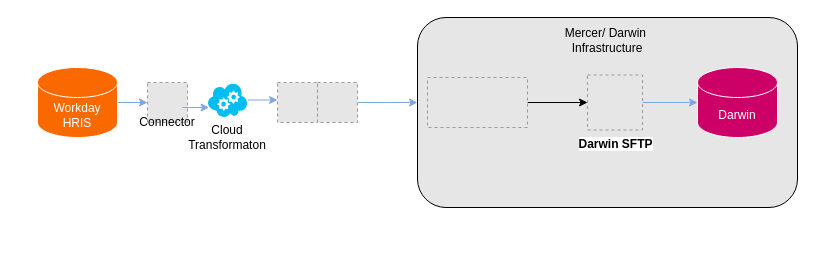
Above: Hiscox Darwin Integration.drawio in sandyaroma/sandyaroma (draw.io), before the change. Source tidied: cells renumbered, new cells numbered last; positions are measured from the earlier drawing's top-left corner, leaving out a move shared by most shapes. Both pictures are drawn from the tidied source at 100%, with x=0, y=0 at pixel (37, 17). Pictures stored in the file or linked from it are replaced by grey dashed boxes.
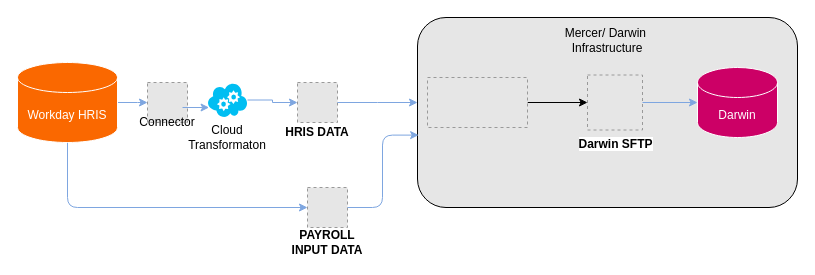
The same diagram, later.

The change refers to these unchanged cells:
```xml
<mxCell id="2" value="Mercer/ Darwin&amp;nbsp;&lt;div&gt;Infrastructure&lt;/div&gt;&lt;div&gt;&lt;br&gt;&lt;/div&gt;&lt;div&gt;&lt;br&gt;&lt;/div&gt;&lt;div&gt;&lt;br&gt;&lt;/div&gt;&lt;div&gt;&lt;br&gt;&lt;/div&gt;&lt;div&gt;&lt;br&gt;&lt;/div&gt;&lt;div&gt;&lt;br&gt;&lt;/div&gt;&lt;div&gt;&lt;br&gt;&lt;/div&gt;&lt;div&gt;&lt;br&gt;&lt;/div&gt;&lt;div&gt;&lt;br&gt;&lt;/div&gt;&lt;div&gt;&lt;br&gt;&lt;/div&gt;" style="rounded=1;whiteSpace=wrap;html=1;fillColor=#E6E6E6;" parent="1" vertex="1">
  <mxGeometry x="380" width="380" height="190" as="geometry" />
</mxCell>
<mxCell id="12" style="verticalLabelPosition=bottom;html=1;verticalAlign=top;align=center;strokeColor=none;fillColor=#00BEF2;shape=mxgraph.azure.cloud_service;" parent="1" vertex="1">
  <mxGeometry x="170" y="65" width="40" height="35" as="geometry" />
</mxCell>
```

The edit, as a diff of the source:
```diff
@@
+    <mxCell id="19" style="edgeStyle=orthogonalEdgeStyle;rounded=1;jettySize=auto;html=1;entryX=0;entryY=0.5;entryDx=0;entryDy=0;curved=0;strokeColor=#7EA6E0;align=center;verticalAlign=middle;fontFamily=Helvetica;fontSize=11;fontColor=default;labelBackgroundColor=default;endArrow=classic;endFill=1;" parent="1" edge="1" source="4" target="22">
+      <mxGeometry relative="1" as="geometry">
+        <Array as="points">
+          <mxPoint x="30" y="190" />
+        </Array>
+      </mxGeometry>
+    </mxCell>
     <mxCell id="4" value="&lt;font color=&quot;#ffffff&quot;&gt;Workday HRIS&lt;/font&gt;" style="shape=cylinder3;whiteSpace=wrap;html=1;boundedLbl=1;backgroundOutline=1;size=15;fillColor=#fa6800;fontColor=#000000;strokeColor=#FFFFFF;" parent="1" vertex="1">
-      <mxGeometry y="50" width="80" height="70" as="geometry" />
+      <mxGeometry x="-20" y="45" width="100" height="80" as="geometry" />
     </mxCell>
@@
     <mxCell id="7" style="fillColor=#E6E6E6;strokeColor=#999999;dashed=1;verticalLabelPosition=bottom;labelBackgroundColor=default;verticalAlign=top;" parent="1" vertex="1">
-      <mxGeometry x="240" y="65" width="40" height="40" as="geometry" />
+      <mxGeometry x="260" y="65" width="40" height="40" as="geometry" />
     </mxCell>
-    <mxCell id="8" style="edgeStyle=orthogonalEdgeStyle;rounded=0;jettySize=auto;html=1;strokeColor=#7EA6E0;align=center;verticalAlign=middle;fontFamily=Helvetica;fontSize=11;fontColor=default;labelBackgroundColor=default;endArrow=classic;endFill=1;" parent="1" edge="1" source="9">
+    <mxCell id="8" style="edgeStyle=orthogonalEdgeStyle;rounded=0;jettySize=auto;html=1;strokeColor=#7EA6E0;align=center;verticalAlign=middle;fontFamily=Helvetica;fontSize=11;fontColor=default;labelBackgroundColor=default;endArrow=classic;endFill=1;exitX=1;exitY=0.5;exitDx=0;exitDy=0;" parent="1" edge="1" source="7">
       <mxGeometry relative="1" as="geometry">
         <mxPoint x="380" y="85" as="targetPoint" />
       </mxGeometry>
     </mxCell>
-    <mxCell id="9" style="fillColor=#E6E6E6;strokeColor=#999999;dashed=1;verticalLabelPosition=bottom;labelBackgroundColor=default;verticalAlign=top;" parent="1" vertex="1">
-      <mxGeometry x="280" y="65" width="40" height="40" as="geometry" />
-    </mxCell>
@@
-    <mxCell id="11" style="edgeStyle=orthogonalEdgeStyle;rounded=0;jettySize=auto;html=1;strokeColor=#7EA6E0;align=center;verticalAlign=middle;fontFamily=Helvetica;fontSize=11;fontColor=default;labelBackgroundColor=default;endArrow=classic;endFill=1;" parent="1" edge="1" source="12">
+    <mxCell id="11" style="edgeStyle=orthogonalEdgeStyle;rounded=0;jettySize=auto;html=1;strokeColor=#7EA6E0;align=center;verticalAlign=middle;fontFamily=Helvetica;fontSize=11;fontColor=default;labelBackgroundColor=default;endArrow=classic;endFill=1;entryX=0;entryY=0.5;entryDx=0;entryDy=0;" parent="1" edge="1" source="12" target="7">
       <mxGeometry relative="1" as="geometry">
-        <mxPoint x="240" y="82.5" as="targetPoint" />
+        <Array as="points">
+          <mxPoint x="235" y="83" />
+          <mxPoint x="235" y="85" />
+        </Array>
       </mxGeometry>
     </mxCell>
@@
+    <mxCell id="20" value="HRIS DATA" style="text;html=1;align=center;verticalAlign=middle;whiteSpace=wrap;rounded=0;fontStyle=1;" parent="1" vertex="1">
+      <mxGeometry x="240" y="100" width="80" height="30" as="geometry" />
+    </mxCell>
+    <mxCell id="21" value="PAYROLL INPUT DATA" style="text;html=1;align=center;verticalAlign=middle;whiteSpace=wrap;rounded=0;fontStyle=1;" parent="1" vertex="1">
+      <mxGeometry x="250" y="210" width="80" height="30" as="geometry" />
+    </mxCell>
+    <mxCell id="22" style="fillColor=#E6E6E6;strokeColor=#999999;dashed=1;verticalLabelPosition=bottom;labelBackgroundColor=default;verticalAlign=top;" parent="1" vertex="1">
+      <mxGeometry x="270" y="170" width="40" height="40" as="geometry" />
+    </mxCell>
+    <mxCell id="23" style="edgeStyle=orthogonalEdgeStyle;rounded=1;jettySize=auto;html=1;entryX=0.003;entryY=0.619;entryDx=0;entryDy=0;entryPerimeter=0;curved=0;strokeColor=#7EA6E0;align=center;verticalAlign=middle;fontFamily=Helvetica;fontSize=11;fontColor=default;labelBackgroundColor=default;endArrow=classic;endFill=1;" parent="1" edge="1" source="22" target="2">
+      <mxGeometry relative="1" as="geometry" />
+    </mxCell>
```
